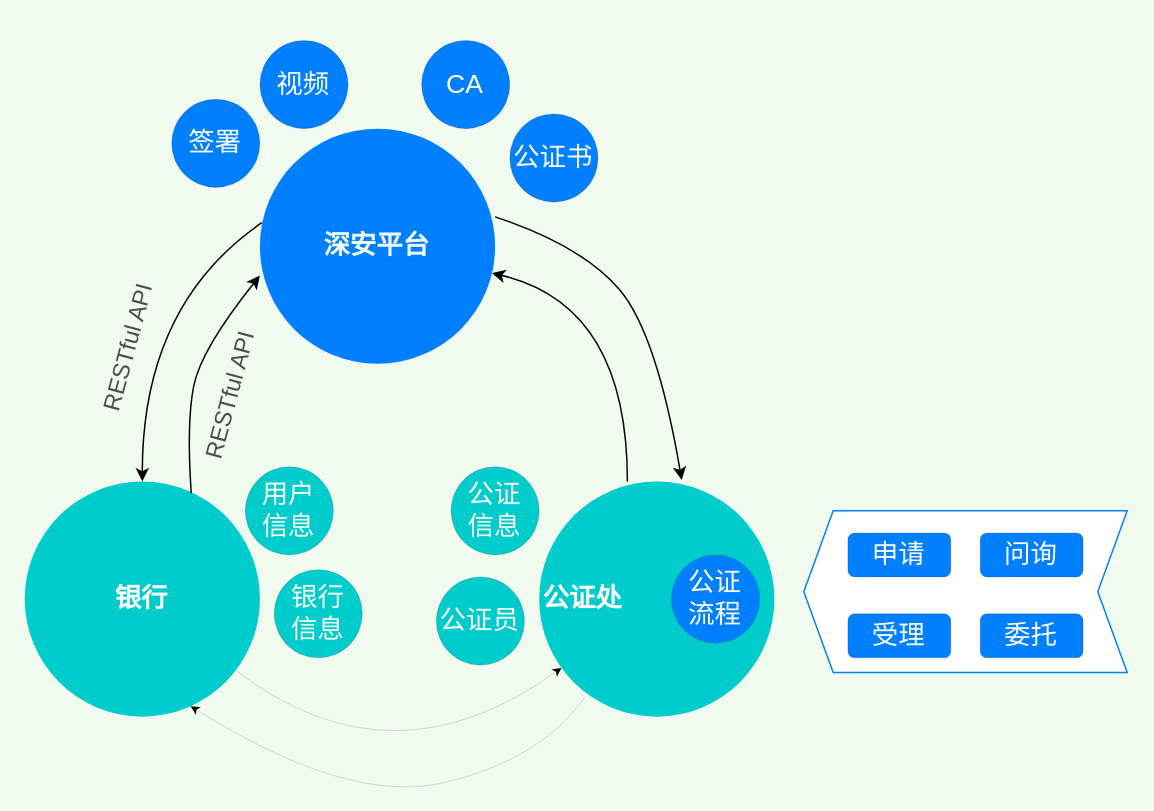
This is page "赋强现有思路" (1 of 2) of 赋强创新思路.drawio from wuyongfeng/wuyongfeng, a draw.io file, before an edit. Source tidied: cells renumbered, new cells numbered last; positions are measured from the earlier drawing's top-left corner, leaving out a move shared by most shapes. Both pictures are drawn from the tidied source at 147%, with x=0, y=0 at pixel (9, 40).
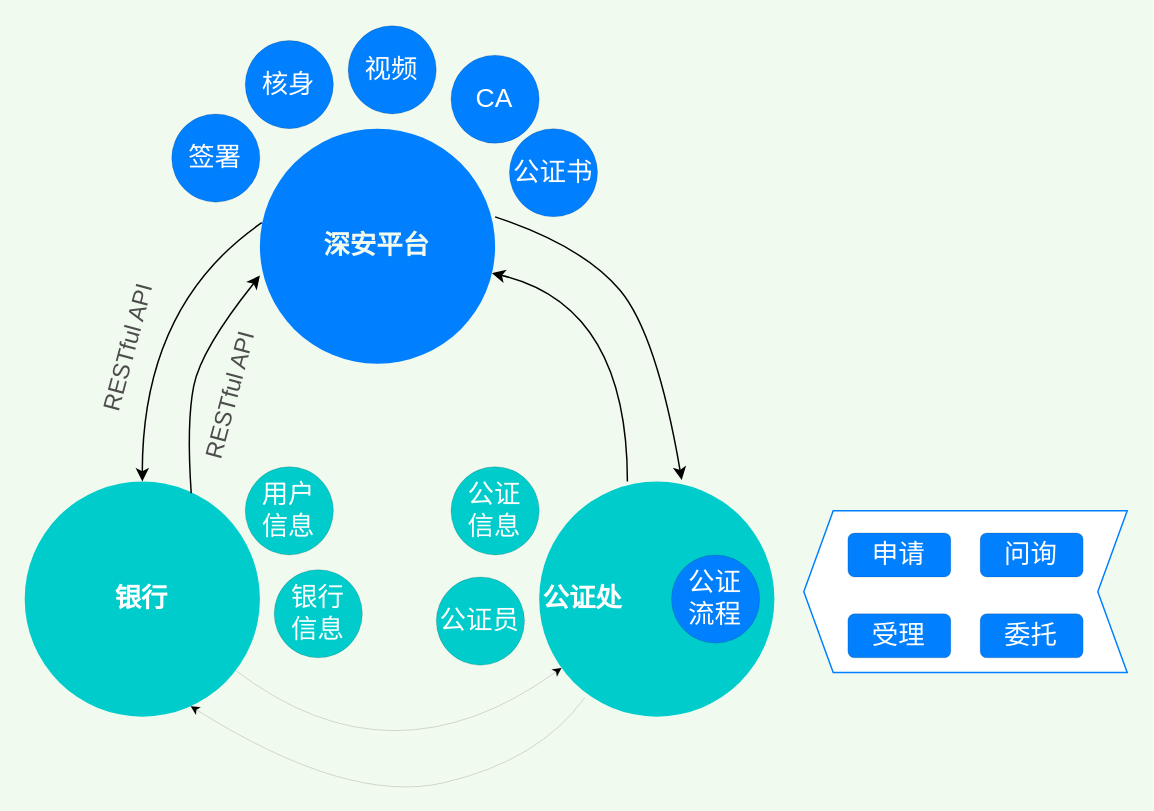
The same diagram, later.

Commit message:
Update 赋强创新思路.drawio

The edit, as a diff of the source:
```diff
@@
     <mxCell id="7" value="签署" style="ellipse;whiteSpace=wrap;html=1;shadow=0;sketch=0;fontSize=18;fontColor=#FFFFFF;strokeColor=default;strokeWidth=0;fillColor=#007FFF;gradientColor=none;" parent="1" vertex="1">
-      <mxGeometry x="110.3" y="40" width="60" height="60" as="geometry" />
+      <mxGeometry x="110.3" y="50" width="60" height="60" as="geometry" />
     </mxCell>
-    <mxCell id="8" value="视频" style="ellipse;whiteSpace=wrap;html=1;shadow=0;sketch=0;fontSize=18;fontColor=#FFFFFF;strokeColor=default;strokeWidth=0;fillColor=#007FFF;gradientColor=none;" parent="1" vertex="1">
-      <mxGeometry x="170.3" width="60" height="60" as="geometry" />
+    <mxCell id="8" value="核身" style="ellipse;whiteSpace=wrap;html=1;shadow=0;sketch=0;fontSize=18;fontColor=#FFFFFF;strokeColor=default;strokeWidth=0;fillColor=#007FFF;gradientColor=none;" parent="1" vertex="1">
+      <mxGeometry x="160.3" width="60" height="60" as="geometry" />
     </mxCell>
     <mxCell id="9" value="CA" style="ellipse;whiteSpace=wrap;html=1;shadow=0;sketch=0;fontSize=18;fontColor=#FFFFFF;strokeColor=default;strokeWidth=0;fillColor=#007FFF;gradientColor=none;" parent="1" vertex="1">
-      <mxGeometry x="280.3" width="60" height="60" as="geometry" />
+      <mxGeometry x="300.3" y="10" width="60" height="60" as="geometry" />
     </mxCell>
     <mxCell id="10" value="公证书" style="ellipse;whiteSpace=wrap;html=1;shadow=0;sketch=0;fontSize=18;fontColor=#FFFFFF;strokeColor=default;strokeWidth=0;fillColor=#007FFF;gradientColor=none;" parent="1" vertex="1">
-      <mxGeometry x="340.3" y="50" width="60" height="60" as="geometry" />
+      <mxGeometry x="340" y="60" width="60" height="60" as="geometry" />
     </mxCell>
@@
+    <mxCell id="28" value="视频" style="ellipse;whiteSpace=wrap;html=1;shadow=0;sketch=0;fontSize=18;fontColor=#FFFFFF;strokeColor=default;strokeWidth=0;fillColor=#007FFF;gradientColor=none;" parent="1" vertex="1">
+      <mxGeometry x="230.3" y="-10" width="60" height="60" as="geometry" />
+    </mxCell>
```
